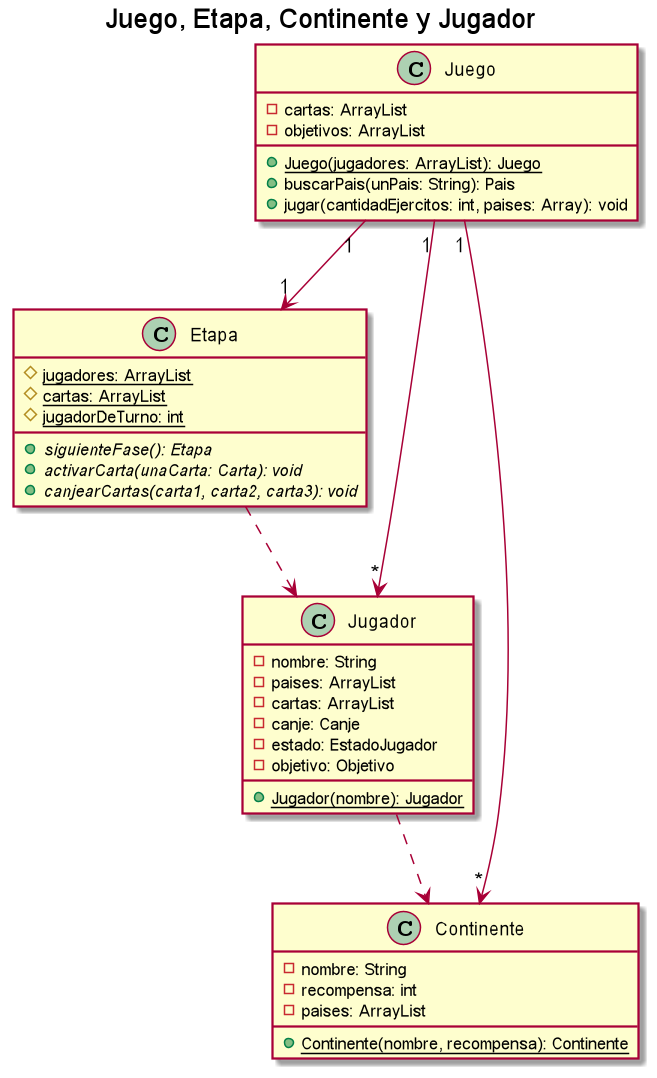
The PlantUML diagram docs/diagramas/diagramas de clase/Juego1.png in nauee/Algo3-TP2, before a commit. The source it was exported from:
```plantuml
@startuml

title Juego, Etapa, Continente y Jugador

class Juego {
    - cartas: ArrayList
    - objetivos: ArrayList
    + {static} Juego(jugadores: ArrayList): Juego
    + buscarPais(unPais: String): Pais
    + jugar(cantidadEjercitos: int, paises: Array): void

}

Juego "1" --> "1" Etapa
Etapa ..> Jugador

class Etapa {
    # {static} jugadores: ArrayList
    # {static} cartas: ArrayList
    # {static} jugadorDeTurno: int
    + {abstract} siguienteFase(): Etapa
    + {abstract} activarCarta(unaCarta: Carta): void
    + {abstract} canjearCartas(carta1, carta2, carta3): void
}

Juego "1" --> "*" Continente

class Continente {
    - nombre: String
    - recompensa: int
    - paises: ArrayList
    + {static} Continente(nombre, recompensa): Continente
}

Juego "1" --> "*" Jugador
Jugador ..> Continente

class Jugador {
    - nombre: String
    - paises: ArrayList
    - cartas: ArrayList
    - canje: Canje
    - estado: EstadoJugador
    - objetivo: Objetivo
    + {static} Jugador(nombre): Jugador
}

@enduml
```
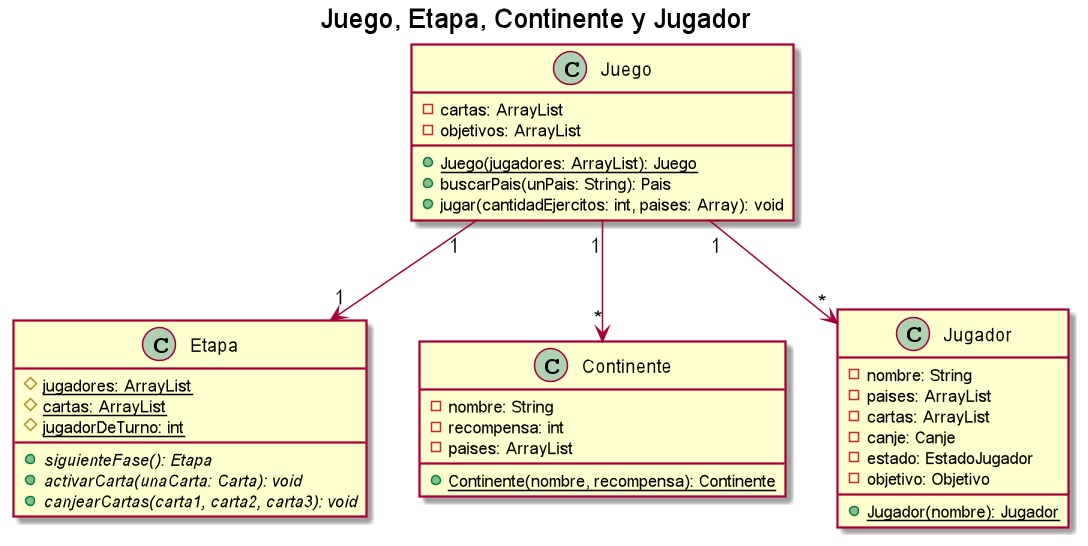
After the change.

Commit message:
Perdón, más cambios en diagramas

What changed in the source:
```diff
@@ -12,7 +12,6 @@
 }
 
 Juego "1" --> "1" Etapa
-Etapa ..> Jugador
 
 class Etapa {
     # {static} jugadores: ArrayList
@@ -33,7 +32,6 @@
 }
 
 Juego "1" --> "*" Jugador
-Jugador ..> Continente
 
 class Jugador {
     - nombre: String
```
